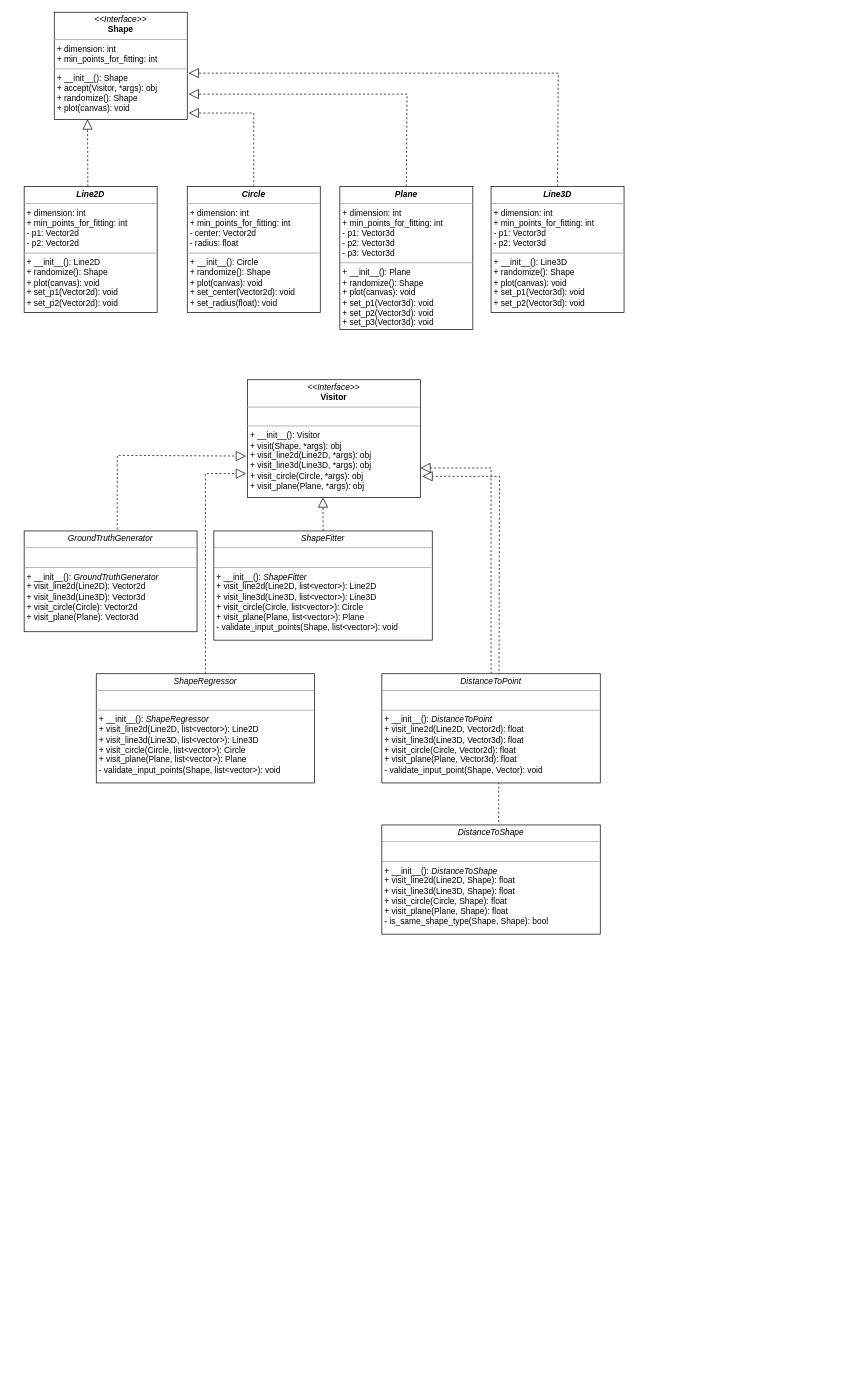
Reznic/BriefcamInterview keeps this draw.io diagram as Untitled Diagram.drawio. Above is the earlier version. Source tidied: cells renumbered, new cells numbered last; positions are measured from the earlier drawing's top-left corner, leaving out a move shared by most shapes. Both pictures are drawn from the tidied source at 70%, with x=0, y=0 at pixel (24, 12).
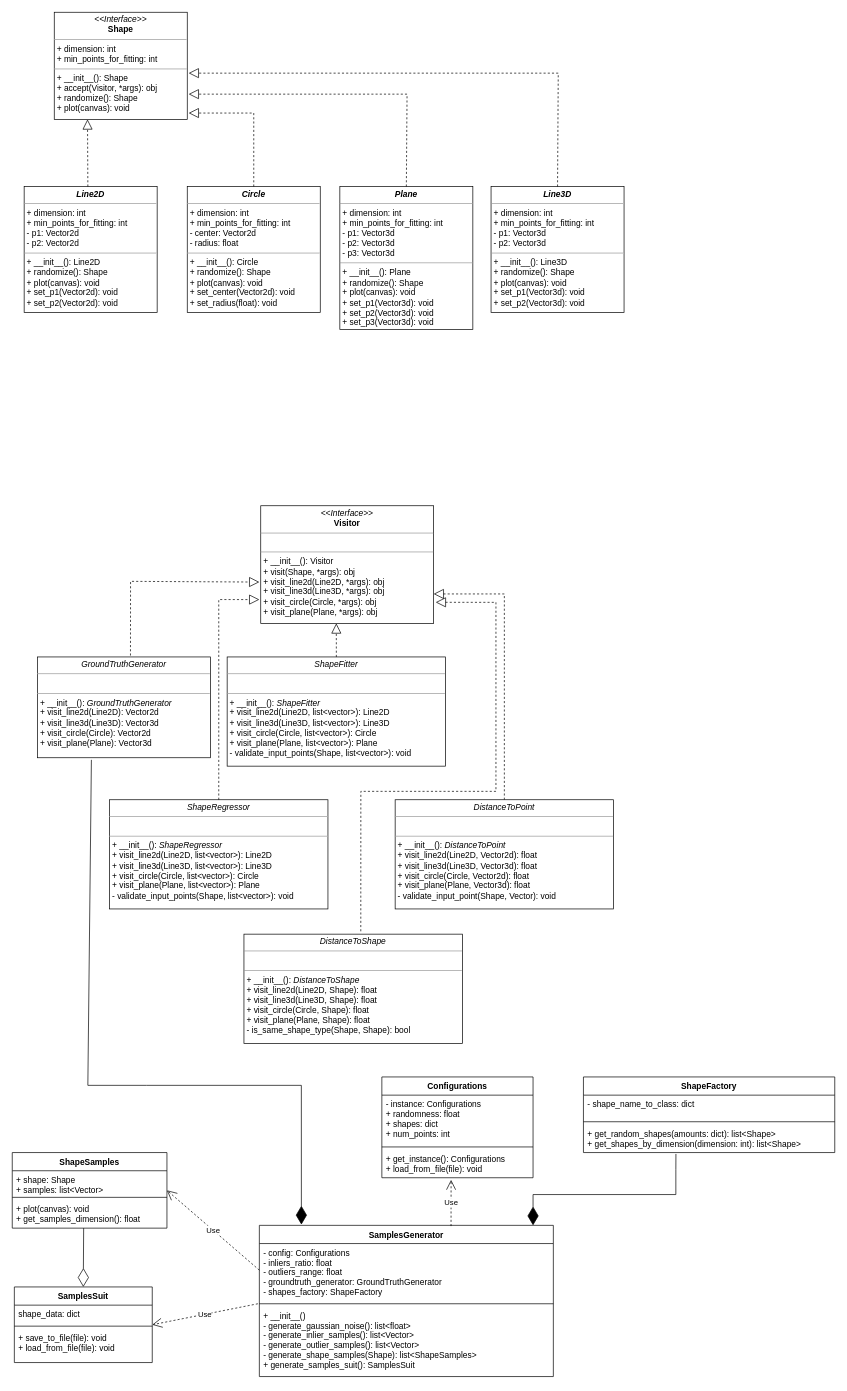
Above is the later version.

Commit message:
samples generator class added to design uml

The edit, as a diff of the source:
```diff
@@
     <mxCell id="14" value="&lt;p style=&quot;margin: 0px ; margin-top: 4px ; text-align: center&quot;&gt;&lt;i&gt;&amp;lt;&amp;lt;Interface&amp;gt;&amp;gt;&lt;/i&gt;&lt;br&gt;&lt;b&gt;Visitor&lt;/b&gt;&lt;/p&gt;&lt;hr size=&quot;1&quot;&gt;&lt;p style=&quot;margin: 0px ; margin-left: 4px&quot;&gt;&lt;br&gt;&lt;/p&gt;&lt;hr size=&quot;1&quot;&gt;&lt;p style=&quot;margin: 0px ; margin-left: 4px&quot;&gt;+ __init__&lt;span&gt;&lt;/span&gt;(): Visitor&lt;/p&gt;&lt;p style=&quot;margin: 0px ; margin-left: 4px&quot;&gt;+ visit(Shape, *args): obj&lt;br&gt;&lt;/p&gt;&lt;p style=&quot;margin: 0px ; margin-left: 4px&quot;&gt;+ visit_line2d(Line2D, *args): obj&lt;br&gt;&lt;/p&gt;&lt;p style=&quot;margin: 0px ; margin-left: 4px&quot;&gt;+ visit_line3d(Line3D, *args): obj&lt;/p&gt;&lt;p style=&quot;margin: 0px ; margin-left: 4px&quot;&gt;+ visit_circle(Circle, *args): obj&lt;/p&gt;&lt;p style=&quot;margin: 0px ; margin-left: 4px&quot;&gt;+ visit_plane(Plane, *args): obj&lt;/p&gt;" style="verticalAlign=top;align=left;overflow=fill;fontSize=12;fontFamily=Helvetica;html=1;rounded=0;shadow=0;comic=0;labelBackgroundColor=none;strokeWidth=1;" parent="1" vertex="1">
-      <mxGeometry x="319" y="525" width="247" height="168" as="geometry" />
+      <mxGeometry x="338" y="705" width="247" height="168" as="geometry" />
     </mxCell>
     <mxCell id="15" value="&lt;p style=&quot;margin: 0px ; margin-top: 4px ; text-align: center&quot;&gt;&lt;i&gt;GroundTruthGenerator&lt;/i&gt;&lt;br&gt;&lt;/p&gt;&lt;hr size=&quot;1&quot;&gt;&lt;p style=&quot;margin: 0px ; margin-left: 4px&quot;&gt;&lt;br&gt;&lt;/p&gt;&lt;hr size=&quot;1&quot;&gt;&lt;p style=&quot;margin: 0px ; margin-left: 4px&quot;&gt;+ __init__&lt;span&gt;&lt;/span&gt;(): &lt;i&gt;GroundTruthGenerator&lt;/i&gt;&lt;/p&gt;&lt;p style=&quot;margin: 0px ; margin-left: 4px&quot;&gt;+ visit_line2d(Line2D): Vector2d&lt;br&gt;&lt;/p&gt;&lt;p style=&quot;margin: 0px ; margin-left: 4px&quot;&gt;+ visit_line3d(Line3D): Vector3d&lt;br&gt;&lt;/p&gt;&lt;p style=&quot;margin: 0px ; margin-left: 4px&quot;&gt;+ visit_circle(Circle): Vector2d&lt;/p&gt;&lt;p style=&quot;margin: 0px ; margin-left: 4px&quot;&gt;+ visit_plane(Plane): Vector3d&lt;/p&gt;" style="verticalAlign=top;align=left;overflow=fill;fontSize=12;fontFamily=Helvetica;html=1;rounded=0;shadow=0;comic=0;labelBackgroundColor=none;strokeWidth=1;" parent="1" vertex="1">
-      <mxGeometry y="741" width="247" height="144" as="geometry" />
+      <mxGeometry x="19" y="921" width="247" height="144" as="geometry" />
     </mxCell>
     <mxCell id="16" value="&lt;p style=&quot;margin: 0px ; margin-top: 4px ; text-align: center&quot;&gt;&lt;i&gt;ShapeFitter&lt;/i&gt;&lt;br&gt;&lt;/p&gt;&lt;hr size=&quot;1&quot;&gt;&lt;p style=&quot;margin: 0px ; margin-left: 4px&quot;&gt;&lt;br&gt;&lt;/p&gt;&lt;hr size=&quot;1&quot;&gt;&lt;p style=&quot;margin: 0px ; margin-left: 4px&quot;&gt;+ __init__&lt;span&gt;&lt;/span&gt;(): &lt;i&gt;ShapeFitter&lt;/i&gt;&lt;/p&gt;&lt;p style=&quot;margin: 0px ; margin-left: 4px&quot;&gt;+ visit_line2d(Line2D, list&amp;lt;vector&amp;gt;): Line2D&lt;br&gt;&lt;/p&gt;&lt;p style=&quot;margin: 0px ; margin-left: 4px&quot;&gt;+ visit_line3d(Line3D, list&amp;lt;vector&amp;gt;): Line3D&lt;/p&gt;&lt;p style=&quot;margin: 0px ; margin-left: 4px&quot;&gt;+ visit_circle(Circle, list&amp;lt;vector&amp;gt;): Circle&lt;/p&gt;&lt;p style=&quot;margin: 0px ; margin-left: 4px&quot;&gt;+ visit_plane(Plane, list&amp;lt;vector&amp;gt;): Plane&lt;/p&gt;&lt;p style=&quot;margin: 0px ; margin-left: 4px&quot;&gt;- validate_input_points(Shape, list&amp;lt;vector&amp;gt;): void&lt;br&gt;&lt;/p&gt;" style="verticalAlign=top;align=left;overflow=fill;fontSize=12;fontFamily=Helvetica;html=1;rounded=0;shadow=0;comic=0;labelBackgroundColor=none;strokeWidth=1;" parent="1" vertex="1">
-      <mxGeometry x="271" y="741" width="312" height="156" as="geometry" />
+      <mxGeometry x="290" y="921" width="312" height="156" as="geometry" />
     </mxCell>
     <mxCell id="17" value="&lt;p style=&quot;margin: 0px ; margin-top: 4px ; text-align: center&quot;&gt;&lt;i&gt;ShapeRegressor&lt;/i&gt;&lt;br&gt;&lt;/p&gt;&lt;hr size=&quot;1&quot;&gt;&lt;p style=&quot;margin: 0px ; margin-left: 4px&quot;&gt;&lt;br&gt;&lt;/p&gt;&lt;hr size=&quot;1&quot;&gt;&lt;p style=&quot;margin: 0px ; margin-left: 4px&quot;&gt;+ __init__&lt;span&gt;&lt;/span&gt;(): &lt;i&gt;ShapeRegressor&lt;/i&gt;&lt;/p&gt;&lt;p style=&quot;margin: 0px ; margin-left: 4px&quot;&gt;+ visit_line2d(Line2D, list&amp;lt;vector&amp;gt;): Line2D&lt;br&gt;&lt;/p&gt;&lt;p style=&quot;margin: 0px ; margin-left: 4px&quot;&gt;+ visit_line3d(Line3D, list&amp;lt;vector&amp;gt;): Line3D&lt;/p&gt;&lt;p style=&quot;margin: 0px ; margin-left: 4px&quot;&gt;+ visit_circle(Circle, list&amp;lt;vector&amp;gt;): Circle&lt;/p&gt;&lt;p style=&quot;margin: 0px ; margin-left: 4px&quot;&gt;+ visit_plane(Plane, list&amp;lt;vector&amp;gt;): Plane&lt;/p&gt;&lt;p style=&quot;margin: 0px ; margin-left: 4px&quot;&gt;- validate_input_points(Shape, list&amp;lt;vector&amp;gt;): void&lt;br&gt;&lt;/p&gt;" style="verticalAlign=top;align=left;overflow=fill;fontSize=12;fontFamily=Helvetica;html=1;rounded=0;shadow=0;comic=0;labelBackgroundColor=none;strokeWidth=1;" parent="1" vertex="1">
-      <mxGeometry x="103" y="945" width="312" height="156" as="geometry" />
+      <mxGeometry x="122" y="1125" width="312" height="156" as="geometry" />
     </mxCell>
     <mxCell id="18" style="endArrow=block;dashed=1;endFill=0;endSize=12;html=1;rounded=0;exitX=0.479;exitY=0;exitDx=0;exitDy=0;exitPerimeter=0;entryX=0.437;entryY=1;entryDx=0;entryDy=0;entryPerimeter=0;" parent="1" edge="1" target="14">
       <mxGeometry relative="1" as="geometry">
-        <mxPoint x="427" y="741" as="sourcePoint" />
+        <mxPoint x="446" y="921" as="sourcePoint" />
       </mxGeometry>
     </mxCell>
     <mxCell id="19" style="endArrow=block;dashed=1;endFill=0;endSize=12;html=1;rounded=0;exitX=0.538;exitY=-0.014;exitDx=0;exitDy=0;exitPerimeter=0;entryX=-0.008;entryY=0.649;entryDx=0;entryDy=0;entryPerimeter=0;" parent="1" edge="1" source="15" target="14">
       <mxGeometry relative="1" as="geometry">
         <Array as="points">
-          <mxPoint x="133" y="633" />
+          <mxPoint x="152" y="813" />
         </Array>
       </mxGeometry>
     </mxCell>
     <mxCell id="20" style="endArrow=block;dashed=1;endFill=0;endSize=12;html=1;rounded=0;exitX=0.5;exitY=0;exitDx=0;exitDy=0;entryX=-0.008;entryY=0.798;entryDx=0;entryDy=0;entryPerimeter=0;" parent="1" edge="1" source="17" target="14">
       <mxGeometry relative="1" as="geometry">
         <Array as="points">
-          <mxPoint x="259" y="659" />
+          <mxPoint x="278" y="839" />
         </Array>
       </mxGeometry>
     </mxCell>
     <mxCell id="21" style="endArrow=block;dashed=1;endFill=0;endSize=12;html=1;rounded=0;exitX=0.5;exitY=0;exitDx=0;exitDy=0;entryX=1;entryY=0.75;entryDx=0;entryDy=0;" parent="1" edge="1" source="24" target="14">
       <mxGeometry relative="1" as="geometry">
         <Array as="points">
-          <mxPoint x="667" y="651" />
+          <mxPoint x="686" y="831" />
         </Array>
       </mxGeometry>
     </mxCell>
     <mxCell id="22" value="&lt;p style=&quot;margin: 0px ; margin-top: 4px ; text-align: center&quot;&gt;&lt;i&gt;DistanceToShape&lt;/i&gt;&lt;br&gt;&lt;/p&gt;&lt;hr size=&quot;1&quot;&gt;&lt;p style=&quot;margin: 0px ; margin-left: 4px&quot;&gt;&lt;br&gt;&lt;/p&gt;&lt;hr size=&quot;1&quot;&gt;&lt;p style=&quot;margin: 0px ; margin-left: 4px&quot;&gt;+ __init__&lt;span&gt;&lt;/span&gt;(): &lt;i&gt;DistanceToShape&lt;/i&gt;&lt;/p&gt;&lt;p style=&quot;margin: 0px ; margin-left: 4px&quot;&gt;+ visit_line2d(Line2D, Shape): float&lt;br&gt;&lt;/p&gt;&lt;p style=&quot;margin: 0px ; margin-left: 4px&quot;&gt;+ visit_line3d(Line3D, Shape): float&lt;/p&gt;&lt;p style=&quot;margin: 0px ; margin-left: 4px&quot;&gt;+ visit_circle(Circle, Shape): float&lt;/p&gt;&lt;p style=&quot;margin: 0px ; margin-left: 4px&quot;&gt;+ visit_plane(Plane, Shape): float&lt;/p&gt;&lt;p style=&quot;margin: 0px ; margin-left: 4px&quot;&gt;- is_same_shape_type(Shape, Shape): bool&lt;br&gt;&lt;/p&gt;" style="verticalAlign=top;align=left;overflow=fill;fontSize=12;fontFamily=Helvetica;html=1;rounded=0;shadow=0;comic=0;labelBackgroundColor=none;strokeWidth=1;" parent="1" vertex="1">
-      <mxGeometry x="511" y="1161" width="312" height="156" as="geometry" />
+      <mxGeometry x="314" y="1317" width="312" height="156" as="geometry" />
     </mxCell>
     <mxCell id="23" style="endArrow=block;dashed=1;endFill=0;endSize=12;html=1;rounded=0;exitX=0.535;exitY=-0.026;exitDx=0;exitDy=0;entryX=1.012;entryY=0.821;entryDx=0;entryDy=0;exitPerimeter=0;entryPerimeter=0;" parent="1" edge="1" source="22" target="14">
       <mxGeometry relative="1" as="geometry">
         <Array as="points">
-          <mxPoint x="679" y="663" />
+          <mxPoint x="481" y="1113" />
+          <mxPoint x="674" y="1113" />
+          <mxPoint x="674" y="843" />
         </Array>
       </mxGeometry>
     </mxCell>
     <mxCell id="24" value="&lt;p style=&quot;margin: 0px ; margin-top: 4px ; text-align: center&quot;&gt;&lt;i&gt;DistanceToPoint&lt;/i&gt;&lt;br&gt;&lt;/p&gt;&lt;hr size=&quot;1&quot;&gt;&lt;p style=&quot;margin: 0px ; margin-left: 4px&quot;&gt;&lt;br&gt;&lt;/p&gt;&lt;hr size=&quot;1&quot;&gt;&lt;p style=&quot;margin: 0px ; margin-left: 4px&quot;&gt;+ __init__&lt;span&gt;&lt;/span&gt;(): &lt;i&gt;DistanceToPoint&lt;/i&gt;&lt;/p&gt;&lt;p style=&quot;margin: 0px ; margin-left: 4px&quot;&gt;+ visit_line2d(Line2D, Vector2d): float&lt;br&gt;&lt;/p&gt;&lt;p style=&quot;margin: 0px ; margin-left: 4px&quot;&gt;+ visit_line3d(Line3D, Vector3d): float&lt;/p&gt;&lt;p style=&quot;margin: 0px ; margin-left: 4px&quot;&gt;+ visit_circle(Circle, Vector2d): float&lt;/p&gt;&lt;p style=&quot;margin: 0px ; margin-left: 4px&quot;&gt;+ visit_plane(Plane, Vector3d): float&lt;/p&gt;&lt;p style=&quot;margin: 0px ; margin-left: 4px&quot;&gt;- validate_input_point(Shape, Vector): void&lt;br&gt;&lt;/p&gt;" style="verticalAlign=top;align=left;overflow=fill;fontSize=12;fontFamily=Helvetica;html=1;rounded=0;shadow=0;comic=0;labelBackgroundColor=none;strokeWidth=1;" parent="1" vertex="1">
-      <mxGeometry x="511" y="945" width="312" height="156" as="geometry" />
+      <mxGeometry x="530" y="1125" width="312" height="156" as="geometry" />
     </mxCell>
+    <mxCell id="25" value="ShapeFactory" style="swimlane;fontStyle=1;align=center;verticalAlign=top;horizontal=1;startSize=26;" parent="1" vertex="1">
+      <mxGeometry x="799" y="1521" width="359" height="108" as="geometry" />
+    </mxCell>
+    <mxCell id="26" value="- shape_name_to_class: dict" style="text;strokeColor=none;fillColor=none;align=left;verticalAlign=top;spacingLeft=4;spacingRight=4;overflow=hidden;" parent="25" vertex="1">
+      <mxGeometry y="26" width="359" height="34" as="geometry" />
+    </mxCell>
+    <mxCell id="27" style="line;strokeWidth=1;fillColor=none;align=left;verticalAlign=middle;spacingTop=-1;spacingLeft=3;spacingRight=3;labelPosition=right;" parent="25" vertex="1">
+      <mxGeometry y="60" width="359" height="8" as="geometry" />
+    </mxCell>
+    <mxCell id="28" value="+ get_random_shapes(amounts: dict): list&lt;Shape&gt;&#10;+ get_shapes_by_dimension(dimension: int): list&lt;Shape&gt;&#10;" style="text;strokeColor=none;fillColor=none;align=left;verticalAlign=top;spacingLeft=4;spacingRight=4;overflow=hidden;points=[[0,0.5],[1,0.5]];portConstraint=eastwest;" parent="25" vertex="1">
+      <mxGeometry y="68" width="359" height="40" as="geometry" />
+    </mxCell>
+    <mxCell id="29" value="Configurations" style="swimlane;fontStyle=1;align=center;verticalAlign=top;horizontal=1;startSize=26;" parent="1" vertex="1">
+      <mxGeometry x="511" y="1521" width="216" height="144" as="geometry" />
+    </mxCell>
+    <mxCell id="30" value="- instance: Configurations&#10;+ randomness: float&#10;+ shapes: dict&#10;+ num_points: int&#10;" style="text;strokeColor=none;fillColor=none;align=left;verticalAlign=top;spacingLeft=4;spacingRight=4;overflow=hidden;" parent="29" vertex="1">
+      <mxGeometry y="26" width="216" height="70" as="geometry" />
+    </mxCell>
+    <mxCell id="31" style="line;strokeWidth=1;fillColor=none;align=left;verticalAlign=middle;spacingTop=-1;spacingLeft=3;spacingRight=3;labelPosition=right;" parent="29" vertex="1">
+      <mxGeometry y="96" width="216" height="8" as="geometry" />
+    </mxCell>
+    <mxCell id="32" value="+ get_instance(): Configurations&#10;+ load_from_file(file): void&#10;" style="text;strokeColor=none;fillColor=none;align=left;verticalAlign=top;spacingLeft=4;spacingRight=4;overflow=hidden;points=[[0,0.5],[1,0.5]];portConstraint=eastwest;" parent="29" vertex="1">
+      <mxGeometry y="104" width="216" height="40" as="geometry" />
+    </mxCell>
+    <mxCell id="33" value="ShapeSamples" style="swimlane;fontStyle=1;align=center;verticalAlign=top;horizontal=1;startSize=26;" parent="1" vertex="1">
+      <mxGeometry x="-17" y="1629" width="221" height="108" as="geometry" />
+    </mxCell>
+    <mxCell id="34" value="+ shape: Shape&#10;+ samples: list&lt;Vector&gt;&#10;" style="text;strokeColor=none;fillColor=none;align=left;verticalAlign=top;spacingLeft=4;spacingRight=4;overflow=hidden;" parent="33" vertex="1">
+      <mxGeometry y="26" width="221" height="34" as="geometry" />
+    </mxCell>
+    <mxCell id="35" style="line;strokeWidth=1;fillColor=none;align=left;verticalAlign=middle;spacingTop=-1;spacingLeft=3;spacingRight=3;labelPosition=right;" parent="33" vertex="1">
+      <mxGeometry y="60" width="221" height="8" as="geometry" />
+    </mxCell>
+    <mxCell id="36" value="+ plot(canvas): void&#10;+ get_samples_dimension(): float&#10;" style="text;strokeColor=none;fillColor=none;align=left;verticalAlign=top;spacingLeft=4;spacingRight=4;overflow=hidden;" parent="33" vertex="1">
+      <mxGeometry y="68" width="221" height="40" as="geometry" />
+    </mxCell>
+    <mxCell id="37" value="SamplesSuit" style="swimlane;fontStyle=1;align=center;verticalAlign=top;horizontal=1;startSize=26;" parent="1" vertex="1">
+      <mxGeometry x="-14" y="1821" width="197" height="108" as="geometry" />
+    </mxCell>
+    <mxCell id="38" value="shape_data: dict" style="text;strokeColor=none;fillColor=none;align=left;verticalAlign=top;spacingLeft=4;spacingRight=4;overflow=hidden;" parent="37" vertex="1">
+      <mxGeometry y="26" width="197" height="26" as="geometry" />
+    </mxCell>
+    <mxCell id="39" style="line;strokeWidth=1;fillColor=none;align=left;verticalAlign=middle;spacingTop=-1;spacingLeft=3;spacingRight=3;labelPosition=right;" parent="37" vertex="1">
+      <mxGeometry y="52" width="197" height="8" as="geometry" />
+    </mxCell>
+    <mxCell id="40" value="+ save_to_file(file): void&#10;+ load_from_file(file): void&#10;" style="text;strokeColor=none;fillColor=none;align=left;verticalAlign=top;spacingLeft=4;spacingRight=4;overflow=hidden;" parent="37" vertex="1">
+      <mxGeometry y="60" width="197" height="48" as="geometry" />
+    </mxCell>
+    <mxCell id="41" style="endArrow=diamondThin;endFill=0;endSize=24;html=1;rounded=0;entryX=0.5;entryY=0;entryDx=0;entryDy=0;" parent="1" edge="1" target="37">
+      <mxGeometry relative="1" as="geometry">
+        <mxPoint x="85" y="1737" as="sourcePoint" />
+      </mxGeometry>
+    </mxCell>
+    <mxCell id="42" value="SamplesGenerator" style="swimlane;fontStyle=1;align=center;verticalAlign=top;horizontal=1;startSize=26;" parent="1" vertex="1">
+      <mxGeometry x="336" y="1733" width="420" height="216" as="geometry" />
+    </mxCell>
+    <mxCell id="43" value="- config: Configurations&#10;- inliers_ratio: float&#10;- outliers_range: float&#10;- groundtruth_generator: GroundTruthGenerator&#10;- shapes_factory: ShapeFactory&#10;" style="text;strokeColor=none;fillColor=none;align=left;verticalAlign=top;spacingLeft=4;spacingRight=4;overflow=hidden;" parent="42" vertex="1">
+      <mxGeometry y="26" width="420" height="82" as="geometry" />
+    </mxCell>
+    <mxCell id="44" style="line;strokeWidth=1;fillColor=none;align=left;verticalAlign=middle;spacingTop=-1;spacingLeft=3;spacingRight=3;labelPosition=right;" parent="42" vertex="1">
+      <mxGeometry y="108" width="420" height="8" as="geometry" />
+    </mxCell>
+    <mxCell id="45" value="+ __init__()&#10;- generate_gaussian_noise(): list&lt;float&gt;&#10;- generate_inlier_samples(): list&lt;Vector&gt;&#10;- generate_outlier_samples(): list&lt;Vector&gt;&#10;- generate_shape_samples(Shape): list&lt;ShapeSamples&gt;&#10;+ generate_samples_suit(): SamplesSuit&#10;" style="text;strokeColor=none;fillColor=none;align=left;verticalAlign=top;spacingLeft=4;spacingRight=4;overflow=hidden;points=[[0,0.5],[1,0.5]];portConstraint=eastwest;" parent="42" vertex="1">
+      <mxGeometry y="116" width="420" height="100" as="geometry" />
+    </mxCell>
+    <mxCell id="46" value="Use" style="endArrow=open;endSize=12;dashed=1;html=1;rounded=0;entryX=1;entryY=0.5;entryDx=0;entryDy=0;exitX=-0.005;exitY=-0.04;exitDx=0;exitDy=0;exitPerimeter=0;" parent="1" edge="1" source="45" target="37">
+      <mxGeometry relative="1" as="geometry" />
+    </mxCell>
+    <mxCell id="47" value="Use" style="endArrow=open;endSize=12;dashed=1;html=1;rounded=0;entryX=1;entryY=0.5;entryDx=0;entryDy=0;exitX=-0.005;exitY=-0.04;exitDx=0;exitDy=0;exitPerimeter=0;" parent="1" edge="1" target="33">
+      <mxGeometry relative="1" as="geometry">
+        <mxPoint x="336" y="1797" as="sourcePoint" />
+      </mxGeometry>
+    </mxCell>
+    <mxCell id="48" value="Use" style="endArrow=open;endSize=12;dashed=1;html=1;rounded=0;exitX=0.652;exitY=0.005;exitDx=0;exitDy=0;exitPerimeter=0;entryX=0.458;entryY=1.075;entryDx=0;entryDy=0;entryPerimeter=0;" parent="1" edge="1" source="42" target="32">
+      <mxGeometry relative="1" as="geometry" />
+    </mxCell>
+    <mxCell id="49" style="endArrow=diamondThin;endFill=1;endSize=24;html=1;rounded=0;entryX=0.143;entryY=-0.005;entryDx=0;entryDy=0;entryPerimeter=0;exitX=0.312;exitY=1.021;exitDx=0;exitDy=0;exitPerimeter=0;" parent="1" edge="1" source="15" target="42">
+      <mxGeometry relative="1" as="geometry">
+        <Array as="points">
+          <mxPoint x="91" y="1533" />
+          <mxPoint x="175" y="1533" />
+          <mxPoint x="396" y="1533" />
+        </Array>
+      </mxGeometry>
+    </mxCell>
+    <mxCell id="50" style="endArrow=diamondThin;endFill=1;endSize=24;html=1;rounded=0;entryX=0.143;entryY=-0.005;entryDx=0;entryDy=0;entryPerimeter=0;exitX=0.368;exitY=1.05;exitDx=0;exitDy=0;exitPerimeter=0;" parent="1" edge="1" source="28">
+      <mxGeometry relative="1" as="geometry">
+        <mxPoint x="727" y="1733" as="targetPoint" />
+        <Array as="points">
+          <mxPoint x="931" y="1653" />
+          <mxPoint x="931" y="1689" />
+          <mxPoint x="727" y="1689" />
+        </Array>
+      </mxGeometry>
+    </mxCell>
```
